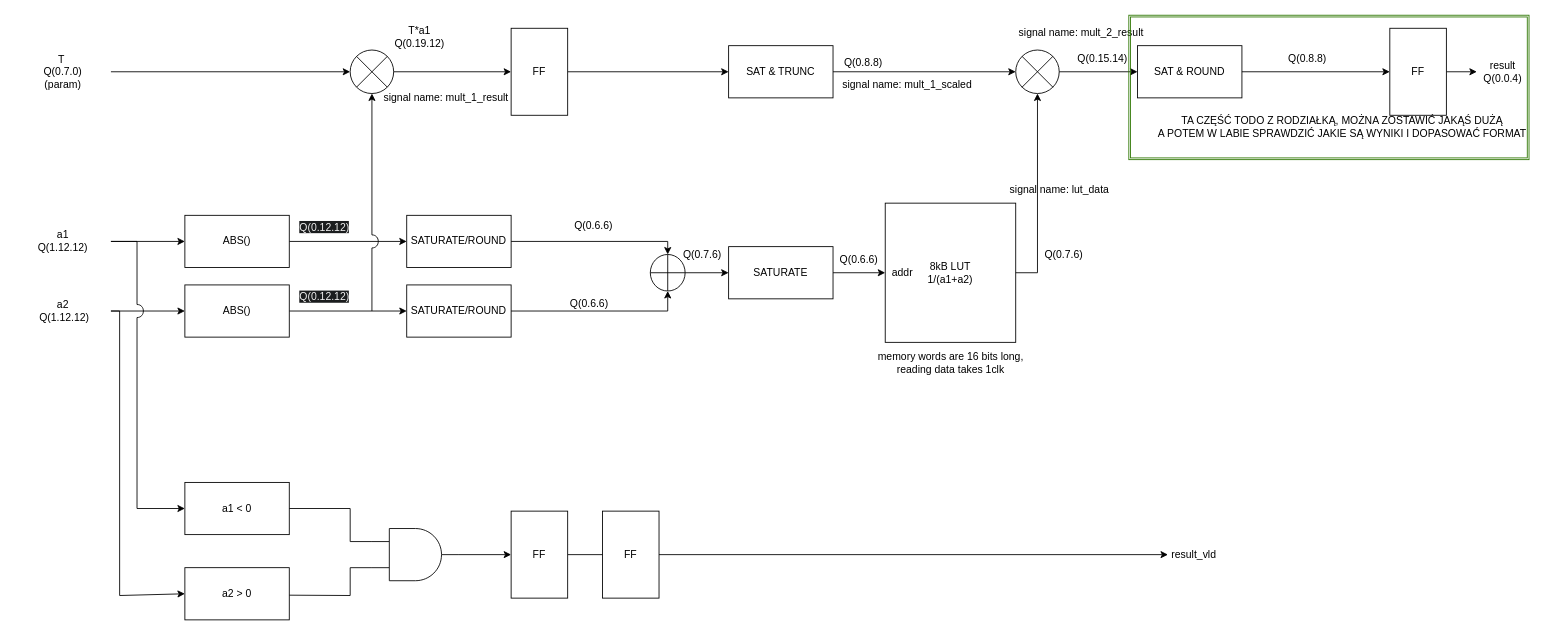
maj77/DCFD keeps this draw.io diagram as zero_cross_v2.drawio. Above is the earlier version. Source tidied: cells renumbered, new cells numbered last; positions are measured from the earlier drawing's top-left corner, leaving out a move shared by most shapes. Both pictures are drawn from the tidied source at 87%, with x=0, y=0 at pixel (15, 15).
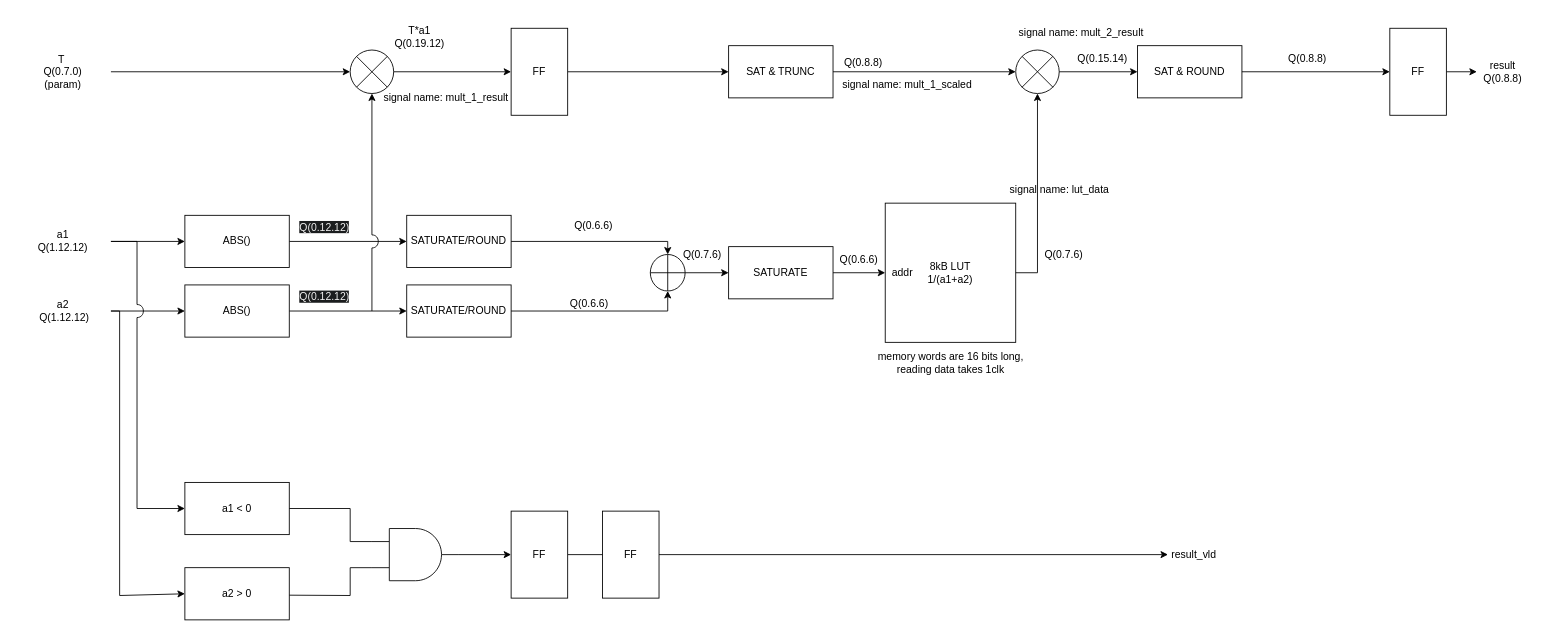
The same page after the edit.

Commit message (it also covers changes not shown here):
updated block diagrams

Diff of the diagram source:
```diff
@@
-    <mxCell id="32" value="result&lt;br&gt;Q(0.0.4)" style="text;html=1;strokeColor=none;fillColor=none;align=center;verticalAlign=middle;whiteSpace=wrap;rounded=0;" parent="1" vertex="1">
+    <mxCell id="32" value="result&lt;br&gt;Q(0.8.8)" style="text;html=1;strokeColor=none;fillColor=none;align=center;verticalAlign=middle;whiteSpace=wrap;rounded=0;" parent="1" vertex="1">
       <mxGeometry x="1680" y="50" width="60" height="30" as="geometry" />
     </mxCell>
@@
-    <mxCell id="63" value="TA CZĘŚĆ TODO Z RODZIAŁKĄ, MOŻNA ZOSTAWIĆ JAKĄŚ DUŻĄ &lt;br&gt;A POTEM W LABIE SPRAWDZIĆ JAKIE SĄ WYNIKI I DOPASOWAĆ FORMAT" style="text;html=1;align=center;verticalAlign=middle;strokeColor=none;fillColor=none;" parent="1" vertex="1">
-      <mxGeometry x="1300" y="108" width="450" height="40" as="geometry" />
-    </mxCell>
-    <mxCell id="64" style="shape=ext;double=1;rounded=0;whiteSpace=wrap;html=1;glass=0;fillColor=none;fontColor=#ffffff;strokeColor=#2D7600;" parent="1" vertex="1">
-      <mxGeometry x="1280" width="460" height="166" as="geometry" />
-    </mxCell>
```
